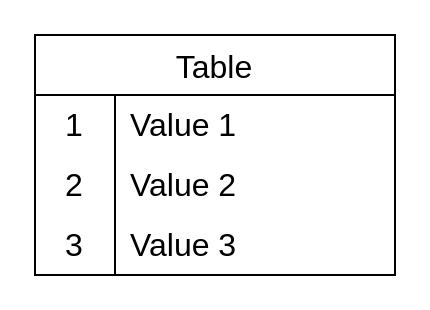
Earlier version of the draw.io diagram Diagrama sem nome.drawio (rianfernandesdesouza/adventureworks). Source tidied: cells renumbered, new cells numbered last; positions are measured from the earlier drawing's top-left corner, leaving out a move shared by most shapes. Both pictures are drawn from the tidied source at 200%, with x=0, y=0 at pixel (34, 34).
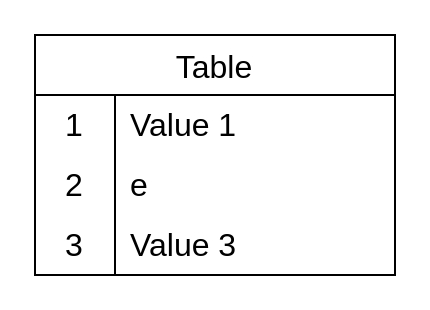
After the change.

The edit, as a diff of the source:
```diff
@@
 <mxGraphModel>
   <root>
     <mxCell id="0" />
     <mxCell id="1" parent="0" />
     <mxCell id="2" value="Table" style="shape=table;startSize=30;childLayout=tableLayout;rowLines=0;fontStyle=0;strokeColor=default;fontSize=16;" parent="1" vertex="1">
       <mxGeometry width="180" height="120" as="geometry" />
     </mxCell>
     <mxCell id="3" style="shape=tableRow;horizontal=0;startSize=0;swimlaneHead=0;swimlaneBody=0;top=0;left=0;bottom=0;right=0;fillColor=none;strokeColor=inherit;fontSize=16;" parent="2" vertex="1">
       <mxGeometry y="30" width="180" height="30" as="geometry" />
     </mxCell>
     <mxCell id="4" value="1" style="shape=partialRectangle;html=1;whiteSpace=wrap;fillColor=none;top=0;left=0;bottom=0;right=0;overflow=hidden;strokeColor=inherit;fontSize=16;" parent="3" vertex="1">
       <mxGeometry width="40" height="30" as="geometry" />
     </mxCell>
     <mxCell id="5" value="Value 1" style="shape=partialRectangle;html=1;whiteSpace=wrap;fillColor=none;top=0;left=0;bottom=0;right=0;align=left;spacingLeft=6;overflow=hidden;strokeColor=inherit;fontSize=16;" parent="3" vertex="1">
       <mxGeometry x="40" width="140" height="30" as="geometry" />
     </mxCell>
     <mxCell id="6" style="shape=tableRow;horizontal=0;startSize=0;swimlaneHead=0;swimlaneBody=0;top=0;left=0;bottom=0;right=0;fillColor=none;strokeColor=inherit;fontSize=16;" parent="2" vertex="1">
       <mxGeometry y="60" width="180" height="30" as="geometry" />
     </mxCell>
     <mxCell id="7" value="2" style="shape=partialRectangle;html=1;whiteSpace=wrap;fillColor=none;top=0;left=0;bottom=0;right=0;overflow=hidden;strokeColor=inherit;fontSize=16;" parent="6" vertex="1">
       <mxGeometry width="40" height="30" as="geometry" />
     </mxCell>
-    <mxCell id="8" value="Value 2" style="shape=partialRectangle;html=1;whiteSpace=wrap;fillColor=none;top=0;left=0;bottom=0;right=0;align=left;spacingLeft=6;overflow=hidden;strokeColor=inherit;fontSize=16;" parent="6" vertex="1">
+    <mxCell id="8" value="e" style="shape=partialRectangle;html=1;whiteSpace=wrap;fillColor=none;top=0;left=0;bottom=0;right=0;align=left;spacingLeft=6;overflow=hidden;strokeColor=inherit;fontSize=16;" parent="6" vertex="1">
       <mxGeometry x="40" width="140" height="30" as="geometry" />
     </mxCell>
     <mxCell id="9" style="shape=tableRow;horizontal=0;startSize=0;swimlaneHead=0;swimlaneBody=0;top=0;left=0;bottom=0;right=0;fillColor=none;strokeColor=inherit;fontSize=16;" parent="2" vertex="1">
       <mxGeometry y="90" width="180" height="30" as="geometry" />
     </mxCell>
     <mxCell id="10" value="3" style="shape=partialRectangle;html=1;whiteSpace=wrap;fillColor=none;top=0;left=0;bottom=0;right=0;overflow=hidden;strokeColor=inherit;fontSize=16;" parent="9" vertex="1">
       <mxGeometry width="40" height="30" as="geometry" />
     </mxCell>
     <mxCell id="11" value="Value 3" style="shape=partialRectangle;html=1;whiteSpace=wrap;fillColor=none;top=0;left=0;bottom=0;right=0;align=left;spacingLeft=6;overflow=hidden;strokeColor=inherit;fontSize=16;" parent="9" vertex="1">
       <mxGeometry x="40" width="140" height="30" as="geometry" />
     </mxCell>
   </root>
 </mxGraphModel>
```
